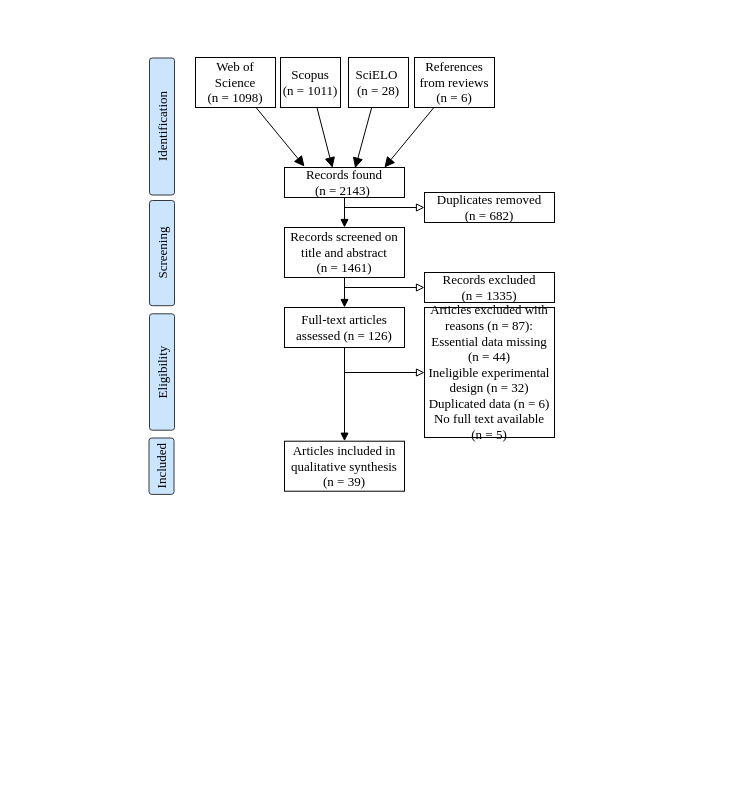
Above: MosquitoReviewFlowChart.drawio in Damian-VA/MosquitoReview (draw.io), before the change. Source tidied: cells renumbered, new cells numbered last; positions are measured from the earlier drawing's top-left corner, leaving out a move shared by most shapes. Both pictures are drawn from the tidied source at 100%, with x=0, y=0 at pixel (93, 57).
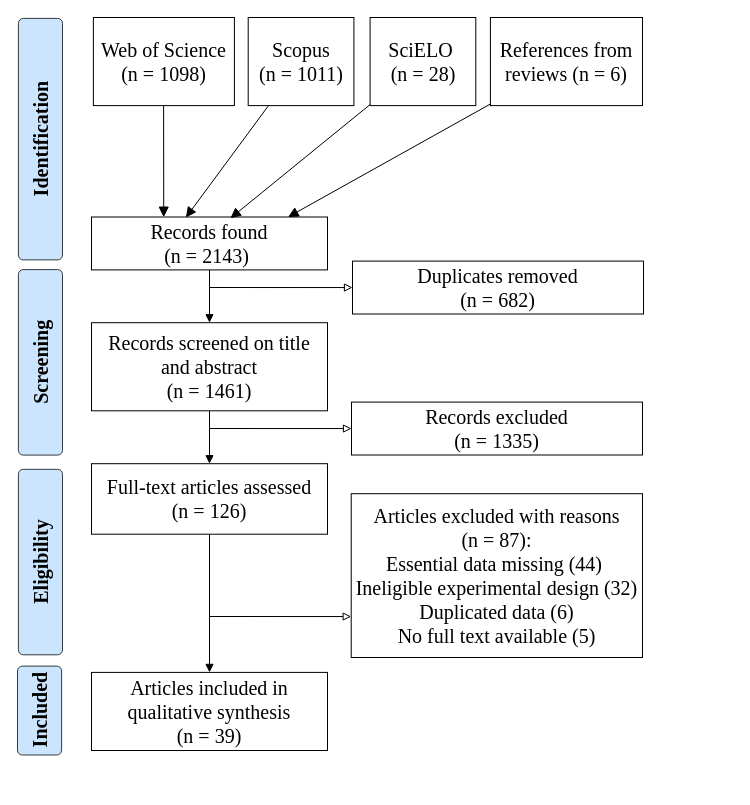
The same page after the edit.

Commit message:
Damián resized and rearrenged the flowchart

What changed in the source:
```diff
@@
-    <mxCell id="2" style="rounded=0;html=1;jettySize=auto;fontSize=13;endArrow=block;endFill=1;endSize=8;strokeWidth=1;shadow=0;labelBackgroundColor=none;entryX=0.4;entryY=0.01;entryDx=0;entryDy=0;entryPerimeter=0;startSize=6;fontFamily=Times New Roman;" parent="1" edge="1" source="4" target="12">
-      <mxGeometry relative="1" as="geometry" />
-    </mxCell>
+    <mxCell id="28" style="group;fontSize=20;" parent="1" vertex="1">
+      <mxGeometry x="-76" y="-40" width="714.7" height="770" as="geometry" />
+    </mxCell>
-    <mxCell id="3" value="Web of Science &lt;br style=&quot;font-size: 13px;&quot;&gt;(n = 1098)" style="rounded=1;whiteSpace=wrap;html=1;fontSize=13;glass=0;strokeWidth=1;shadow=0;arcSize=0;fontFamily=Times New Roman;" parent="1" vertex="1">
-      <mxGeometry x="102" width="80" height="50" as="geometry" />
+    <mxCell id="3" value="Web of Science &lt;br style=&quot;font-size: 20px;&quot;&gt;(n = 1098)" style="rounded=1;whiteSpace=wrap;html=1;fontSize=20;glass=0;strokeWidth=1;shadow=0;arcSize=0;fontFamily=Times New Roman;" parent="28" vertex="1">
+      <mxGeometry x="75.9" width="141" height="88.1" as="geometry" />
     </mxCell>
-    <mxCell id="4" value="Scopus &lt;br style=&quot;font-size: 13px;&quot;&gt;(n = 1011)" style="rounded=0;whiteSpace=wrap;html=1;fontFamily=Times New Roman;fontSize=13;" parent="1" vertex="1">
-      <mxGeometry x="187" width="60" height="50" as="geometry" />
+    <mxCell id="4" value="Scopus &lt;br style=&quot;font-size: 20px;&quot;&gt;(n = 1011)" style="rounded=0;whiteSpace=wrap;html=1;fontFamily=Times New Roman;fontSize=20;" parent="28" vertex="1">
+      <mxGeometry x="230.7" width="105.7" height="88.1" as="geometry" />
     </mxCell>
-    <mxCell id="5" style="rounded=0;html=1;jettySize=auto;fontSize=13;endArrow=block;endFill=1;endSize=8;strokeWidth=1;shadow=0;labelBackgroundColor=none;startSize=6;fontFamily=Times New Roman;" parent="1" edge="1" source="3">
-      <mxGeometry relative="1" as="geometry">
-        <mxPoint x="211" y="109" as="targetPoint" />
-      </mxGeometry>
+    <mxCell id="5" style="rounded=0;html=1;jettySize=auto;fontSize=20;endArrow=block;endFill=1;endSize=8;strokeWidth=1;shadow=0;labelBackgroundColor=none;startSize=6;fontFamily=Times New Roman;exitX=0.498;exitY=1.002;exitDx=0;exitDy=0;exitPerimeter=0;entryX=0.306;entryY=0.003;entryDx=0;entryDy=0;entryPerimeter=0;" parent="28" edge="1" source="3" target="12">
+      <mxGeometry relative="1" as="geometry" />
     </mxCell>
-    <mxCell id="6" style="rounded=0;jettySize=auto;html=1;entryX=0.589;entryY=0.022;entryDx=0;entryDy=0;entryPerimeter=0;endArrow=block;endFill=1;endSize=8;startSize=6;strokeWidth=1;fontFamily=Times New Roman;fontSize=13;" parent="1" edge="1" source="7" target="12">
-      <mxGeometry relative="1" as="geometry" />
-    </mxCell>
-    <mxCell id="7" value="SciELO&amp;nbsp;&lt;br style=&quot;font-size: 13px;&quot;&gt;(n = 28)" style="rounded=0;whiteSpace=wrap;html=1;fontFamily=Times New Roman;fontSize=13;" parent="1" vertex="1">
-      <mxGeometry x="255" width="60" height="50" as="geometry" />
+    <mxCell id="7" value="SciELO&amp;nbsp;&lt;br style=&quot;font-size: 20px;&quot;&gt;(n = 28)" style="rounded=0;whiteSpace=wrap;html=1;fontFamily=Times New Roman;fontSize=20;" parent="28" vertex="1">
+      <mxGeometry x="352.6" width="105.7" height="88.1" as="geometry" />
     </mxCell>
-    <mxCell id="8" style="edgeStyle=none;rounded=0;jettySize=auto;html=1;entryX=0.833;entryY=0;entryDx=0;entryDy=0;endArrow=block;endFill=1;endSize=8;startSize=6;entryPerimeter=0;strokeWidth=1;fontFamily=Times New Roman;fontSize=13;" parent="1" edge="1" source="9" target="12">
-      <mxGeometry relative="1" as="geometry" />
-    </mxCell>
-    <mxCell id="9" value="References from reviews (n = 6)" style="rounded=0;whiteSpace=wrap;html=1;fontFamily=Times New Roman;fontSize=13;" parent="1" vertex="1">
-      <mxGeometry x="321" width="80" height="50" as="geometry" />
+    <mxCell id="9" value="References from reviews (n = 6)" style="rounded=0;whiteSpace=wrap;html=1;fontFamily=Times New Roman;fontSize=20;" parent="28" vertex="1">
+      <mxGeometry x="472.9" width="152.1" height="88.1" as="geometry" />
     </mxCell>
-    <mxCell id="10" style="edgeStyle=none;rounded=0;jettySize=auto;html=1;endArrow=block;endFill=0;entryX=0;entryY=0.5;entryDx=0;entryDy=0;strokeWidth=1;fontFamily=Times New Roman;fontSize=13;" parent="1" edge="1" target="14">
+    <mxCell id="10" style="edgeStyle=none;rounded=0;jettySize=auto;html=1;endArrow=block;endFill=0;entryX=0;entryY=0.5;entryDx=0;entryDy=0;strokeWidth=1;fontFamily=Times New Roman;fontSize=20;" parent="28" edge="1" target="14">
       <mxGeometry relative="1" as="geometry">
-        <mxPoint x="251" y="150" as="sourcePoint" />
+        <mxPoint x="192" y="270" as="sourcePoint" />
       </mxGeometry>
     </mxCell>
-    <mxCell id="11" style="edgeStyle=none;rounded=0;jettySize=auto;html=1;endArrow=block;endFill=1;strokeWidth=1;fontFamily=Times New Roman;fontSize=13;" parent="1" edge="1" source="12" target="17">
-      <mxGeometry relative="1" as="geometry" />
-    </mxCell>
-    <mxCell id="12" value="Records found &lt;br style=&quot;font-size: 13px;&quot;&gt;(n = 2143)&amp;nbsp;" style="rounded=0;whiteSpace=wrap;html=1;fontFamily=Times New Roman;fontSize=13;" parent="1" vertex="1">
-      <mxGeometry x="191" y="110" width="120" height="30" as="geometry" />
+    <mxCell id="12" value="Records found &lt;br style=&quot;font-size: 20px;&quot;&gt;(n = 2143)&amp;nbsp;" style="rounded=0;whiteSpace=wrap;html=1;fontFamily=Times New Roman;fontSize=20;" parent="28" vertex="1">
+      <mxGeometry x="74" y="199.5" width="236" height="52.9" as="geometry" />
     </mxCell>
+    <mxCell id="2" style="rounded=0;html=1;jettySize=auto;fontSize=20;endArrow=block;endFill=1;endSize=8;strokeWidth=1;shadow=0;labelBackgroundColor=none;entryX=0.4;entryY=0.01;entryDx=0;entryDy=0;entryPerimeter=0;startSize=6;fontFamily=Times New Roman;" parent="28" edge="1" source="4" target="12">
+      <mxGeometry relative="1" as="geometry" />
+    </mxCell>
+    <mxCell id="6" style="rounded=0;jettySize=auto;html=1;entryX=0.589;entryY=0.022;entryDx=0;entryDy=0;entryPerimeter=0;endArrow=block;endFill=1;endSize=8;startSize=6;strokeWidth=1;fontFamily=Times New Roman;fontSize=20;" parent="28" edge="1" source="7" target="12">
+      <mxGeometry relative="1" as="geometry" />
+    </mxCell>
+    <mxCell id="8" style="edgeStyle=none;rounded=0;jettySize=auto;html=1;entryX=0.833;entryY=0;entryDx=0;entryDy=0;endArrow=block;endFill=1;endSize=8;startSize=6;entryPerimeter=0;strokeWidth=1;fontFamily=Times New Roman;fontSize=20;" parent="28" edge="1" source="9" target="12">
+      <mxGeometry relative="1" as="geometry" />
+    </mxCell>
-    <mxCell id="13" style="edgeStyle=none;rounded=0;orthogonalLoop=1;jettySize=auto;html=1;exitX=0.75;exitY=0;exitDx=0;exitDy=0;endArrow=classic;endFill=1;fontFamily=Times New Roman;fontSize=13;" parent="1" edge="1" source="12" target="12">
+    <mxCell id="13" style="edgeStyle=none;rounded=0;orthogonalLoop=1;jettySize=auto;html=1;exitX=0.75;exitY=0;exitDx=0;exitDy=0;endArrow=classic;endFill=1;fontFamily=Times New Roman;fontSize=20;" parent="28" edge="1" source="12" target="12">
       <mxGeometry relative="1" as="geometry" />
     </mxCell>
-    <mxCell id="14" value="Duplicates removed &lt;br style=&quot;font-size: 13px;&quot;&gt;(n = 682)" style="rounded=0;whiteSpace=wrap;html=1;fontFamily=Times New Roman;fontSize=13;" parent="1" vertex="1">
-      <mxGeometry x="331" y="135" width="130" height="30" as="geometry" />
+    <mxCell id="14" value="Duplicates removed &lt;br style=&quot;font-size: 20px;&quot;&gt;(n = 682)" style="rounded=0;whiteSpace=wrap;html=1;fontFamily=Times New Roman;fontSize=20;" parent="28" vertex="1">
+      <mxGeometry x="335" y="243.6" width="291" height="52.9" as="geometry" />
     </mxCell>
-    <mxCell id="15" style="edgeStyle=none;rounded=0;jettySize=auto;html=1;entryX=0;entryY=0.5;entryDx=0;entryDy=0;endArrow=block;endFill=0;strokeWidth=1;fontFamily=Times New Roman;fontSize=13;" parent="1" edge="1" target="18">
+    <mxCell id="15" style="edgeStyle=none;rounded=0;jettySize=auto;html=1;endArrow=block;endFill=0;strokeWidth=1;fontFamily=Times New Roman;fontSize=20;entryX=0;entryY=0.5;entryDx=0;entryDy=0;" parent="28" edge="1" target="18">
       <mxGeometry relative="1" as="geometry">
-        <mxPoint x="251" y="230" as="sourcePoint" />
+        <mxPoint x="192" y="411" as="sourcePoint" />
       </mxGeometry>
     </mxCell>
-    <mxCell id="16" style="edgeStyle=none;rounded=0;jettySize=auto;html=1;endArrow=block;endFill=1;strokeWidth=1;fontFamily=Times New Roman;fontSize=13;" parent="1" edge="1" source="17" target="21">
-      <mxGeometry relative="1" as="geometry" />
-    </mxCell>
-    <mxCell id="17" value="Records screened on title and abstract &lt;br style=&quot;font-size: 13px;&quot;&gt;(n = 1461)" style="rounded=0;whiteSpace=wrap;html=1;fontFamily=Times New Roman;fontSize=13;" parent="1" vertex="1">
-      <mxGeometry x="191" y="170" width="120" height="50" as="geometry" />
+    <mxCell id="17" value="Records screened on title and abstract &lt;br style=&quot;font-size: 20px;&quot;&gt;(n = 1461)" style="rounded=0;whiteSpace=wrap;html=1;fontFamily=Times New Roman;fontSize=20;" parent="28" vertex="1">
+      <mxGeometry x="74" y="305.2" width="236" height="88.1" as="geometry" />
     </mxCell>
+    <mxCell id="11" style="edgeStyle=none;rounded=0;jettySize=auto;html=1;endArrow=block;endFill=1;strokeWidth=1;fontFamily=Times New Roman;fontSize=20;" parent="28" edge="1" source="12" target="17">
+      <mxGeometry relative="1" as="geometry" />
+    </mxCell>
-    <mxCell id="18" value="Records excluded &lt;br style=&quot;font-size: 13px;&quot;&gt;(n = 1335)" style="rounded=0;whiteSpace=wrap;html=1;fontFamily=Times New Roman;fontSize=13;" parent="1" vertex="1">
-      <mxGeometry x="331" y="215" width="130" height="30" as="geometry" />
+    <mxCell id="18" value="Records excluded &lt;br style=&quot;font-size: 20px;&quot;&gt;(n = 1335)" style="rounded=0;whiteSpace=wrap;html=1;fontFamily=Times New Roman;fontSize=20;" parent="28" vertex="1">
+      <mxGeometry x="334" y="384.6" width="291" height="52.9" as="geometry" />
     </mxCell>
-    <mxCell id="19" style="edgeStyle=none;rounded=0;jettySize=auto;html=1;endArrow=block;endFill=0;entryX=0;entryY=0.5;entryDx=0;entryDy=0;strokeWidth=1;fontFamily=Times New Roman;fontSize=13;" parent="1" edge="1" target="22">
+    <mxCell id="19" style="edgeStyle=none;rounded=0;jettySize=auto;html=1;endArrow=block;endFill=0;strokeWidth=1;fontFamily=Times New Roman;fontSize=20;entryX=0;entryY=0.75;entryDx=0;entryDy=0;" parent="28" edge="1" target="22">
       <mxGeometry relative="1" as="geometry">
-        <mxPoint x="251" y="315" as="sourcePoint" />
+        <mxPoint x="192" y="599" as="sourcePoint" />
       </mxGeometry>
     </mxCell>
-    <mxCell id="20" style="edgeStyle=none;rounded=0;jettySize=auto;html=1;entryX=0.5;entryY=0;entryDx=0;entryDy=0;endArrow=block;endFill=1;strokeWidth=1;fontFamily=Times New Roman;fontSize=13;" parent="1" edge="1" source="21" target="23">
-      <mxGeometry relative="1" as="geometry" />
-    </mxCell>
-    <mxCell id="21" value="Full-text articles assessed (n = 126)" style="rounded=0;whiteSpace=wrap;html=1;fontFamily=Times New Roman;fontSize=13;" parent="1" vertex="1">
-      <mxGeometry x="191" y="250" width="120" height="40" as="geometry" />
+    <mxCell id="21" value="Full-text articles assessed &lt;br&gt;(n = 126)" style="rounded=0;whiteSpace=wrap;html=1;fontFamily=Times New Roman;fontSize=20;" parent="28" vertex="1">
+      <mxGeometry x="74" y="446.2" width="236" height="70.5" as="geometry" />
     </mxCell>
+    <mxCell id="16" style="edgeStyle=none;rounded=0;jettySize=auto;html=1;endArrow=block;endFill=1;strokeWidth=1;fontFamily=Times New Roman;fontSize=20;" parent="28" edge="1" source="17" target="21">
+      <mxGeometry relative="1" as="geometry" />
+    </mxCell>
-    <mxCell id="22" value="Articles excluded with reasons (n = 87):&lt;br style=&quot;font-size: 13px;&quot;&gt;Essential data missing (n = 44)&lt;br style=&quot;font-size: 13px;&quot;&gt;Ineligible experimental design (n = 32)&lt;br style=&quot;font-size: 13px;&quot;&gt;Duplicated data (n = 6)&lt;br style=&quot;font-size: 13px;&quot;&gt;No full text available &lt;br style=&quot;font-size: 13px;&quot;&gt;(n = 5)" style="rounded=0;whiteSpace=wrap;html=1;fontFamily=Times New Roman;fontSize=13;" parent="1" vertex="1">
-      <mxGeometry x="331" y="250" width="130" height="130" as="geometry" />
+    <mxCell id="22" value="Articles excluded with reasons &lt;br&gt;(n = 87):&lt;br style=&quot;font-size: 20px&quot;&gt;Essential data missing (44)&amp;nbsp;&lt;br style=&quot;font-size: 20px&quot;&gt;Ineligible experimental design (32)&lt;br style=&quot;font-size: 20px&quot;&gt;Duplicated data (6)&lt;br style=&quot;font-size: 20px&quot;&gt;No full text available (5)" style="rounded=0;whiteSpace=wrap;html=1;fontFamily=Times New Roman;fontSize=20;" parent="28" vertex="1">
+      <mxGeometry x="333.7" y="476.2" width="291.3" height="163.8" as="geometry" />
     </mxCell>
-    <mxCell id="23" value="Articles included in qualitative synthesis (n = 39)" style="rounded=0;whiteSpace=wrap;html=1;fontFamily=Times New Roman;fontSize=13;" parent="1" vertex="1">
-      <mxGeometry x="191" y="383.7" width="120" height="50" as="geometry" />
+    <mxCell id="23" value="Articles included in qualitative synthesis&lt;br&gt;(n = 39)" style="rounded=0;whiteSpace=wrap;html=1;fontFamily=Times New Roman;fontSize=20;" parent="28" vertex="1">
+      <mxGeometry x="74" y="654.9" width="236" height="78.1" as="geometry" />
     </mxCell>
+    <mxCell id="20" style="edgeStyle=none;rounded=0;jettySize=auto;html=1;entryX=0.5;entryY=0;entryDx=0;entryDy=0;endArrow=block;endFill=1;strokeWidth=1;fontFamily=Times New Roman;fontSize=20;" parent="28" edge="1" source="21" target="23">
+      <mxGeometry relative="1" as="geometry" />
+    </mxCell>
-    <mxCell id="24" value="Identification" style="rounded=1;whiteSpace=wrap;html=1;arcSize=11;rotation=-90;fillColor=#cce5ff;strokeColor=#36393d;fontFamily=Times New Roman;fontSize=13;" parent="1" vertex="1">
-      <mxGeometry y="56.5" width="137" height="25" as="geometry" />
+    <mxCell id="24" value="Identification" style="rounded=1;whiteSpace=wrap;html=1;arcSize=11;rotation=-90;fillColor=#cce5ff;strokeColor=#36393d;fontFamily=Times New Roman;fontSize=20;fontStyle=1;" parent="28" vertex="1">
+      <mxGeometry x="-97.8" y="99.6" width="241.5" height="44.1" as="geometry" />
     </mxCell>
-    <mxCell id="25" value="Screening" style="rounded=1;whiteSpace=wrap;html=1;arcSize=11;rotation=-90;fillColor=#cce5ff;strokeColor=#36393d;fontFamily=Times New Roman;fontSize=13;" parent="1" vertex="1">
-      <mxGeometry x="15.9" y="183.1" width="105.2" height="25" as="geometry" />
+    <mxCell id="25" value="Screening" style="rounded=1;whiteSpace=wrap;html=1;arcSize=11;rotation=-90;fillColor=#cce5ff;strokeColor=#36393d;fontFamily=Times New Roman;fontSize=20;fontStyle=1;" parent="28" vertex="1">
+      <mxGeometry x="-69.8" y="322.8" width="185.5" height="44.1" as="geometry" />
     </mxCell>
-    <mxCell id="26" value="Eligibility" style="rounded=1;whiteSpace=wrap;html=1;arcSize=11;rotation=-90;fillColor=#cce5ff;strokeColor=#36393d;fontFamily=Times New Roman;fontSize=13;" parent="1" vertex="1">
-      <mxGeometry x="10.3" y="302" width="116.4" height="25" as="geometry" />
+    <mxCell id="26" value="Eligibility" style="rounded=1;whiteSpace=wrap;html=1;arcSize=11;rotation=-90;fillColor=#cce5ff;strokeColor=#36393d;fontFamily=Times New Roman;fontSize=20;fontStyle=1;" parent="28" vertex="1">
+      <mxGeometry x="-69.8" y="522.5" width="185.5" height="44.1" as="geometry" />
     </mxCell>
-    <mxCell id="27" value="Included" style="rounded=1;whiteSpace=wrap;html=1;arcSize=11;rotation=-90;fillColor=#cce5ff;strokeColor=#36393d;fontFamily=Times New Roman;fontSize=13;" parent="1" vertex="1">
-      <mxGeometry x="39.8" y="396.2" width="56.4" height="25" as="geometry" />
+    <mxCell id="27" value="Included" style="rounded=1;whiteSpace=wrap;html=1;arcSize=11;rotation=-90;fillColor=#cce5ff;strokeColor=#36393d;fontFamily=Times New Roman;fontSize=20;fontStyle=1;" parent="28" vertex="1">
+      <mxGeometry x="-22.4" y="671" width="88.9" height="44.1" as="geometry" />
     </mxCell>
```
